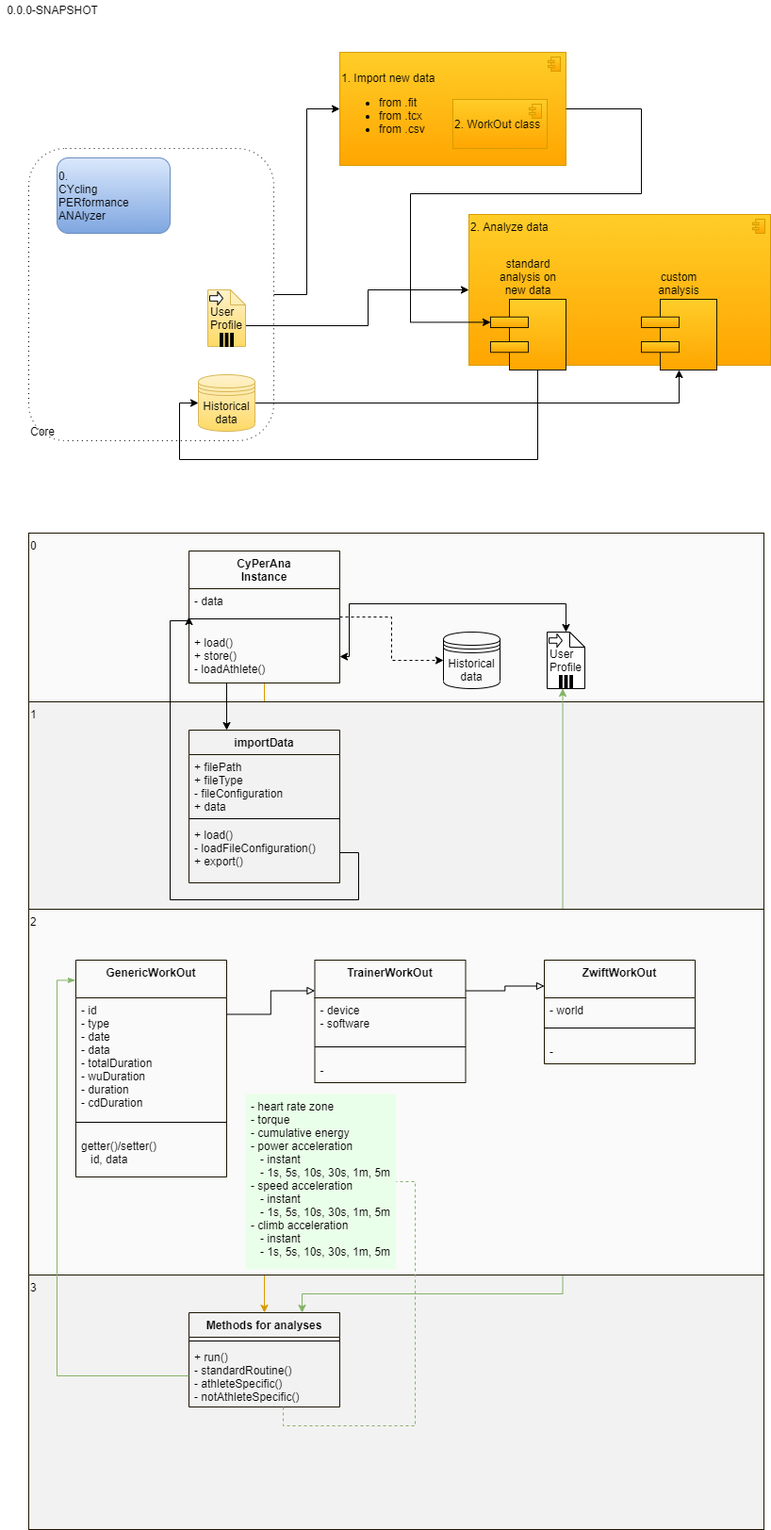
Before: architecture.png, a diagram exported from draw.io (stefano-v37/cyperana). Source tidied: cells renumbered, new cells last; positions are measured from the earlier drawing's top-left corner, leaving out a move shared by most shapes.
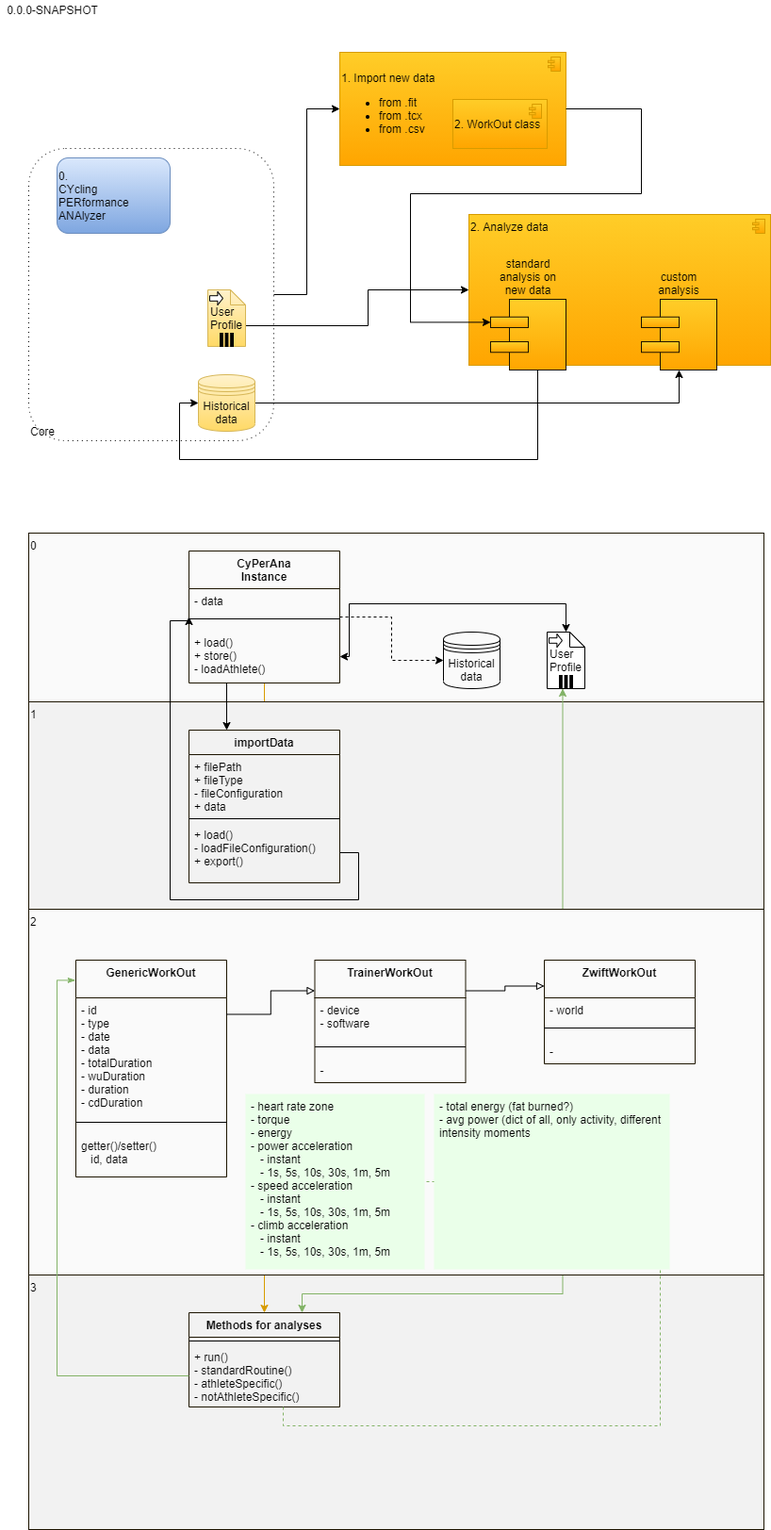
The same file after the commit.

Commit message:
added energy evaluation (and fat)

What changed in the source:
```diff
@@ -221,17 +221,20 @@
     <mxCell id="58" style="edgeStyle=orthogonalEdgeStyle;rounded=0;jettySize=auto;html=1;entryX=-0.002;entryY=0.093;entryDx=0;entryDy=0;entryPerimeter=0;startArrow=none;startFill=0;endArrow=classicThin;endFill=1;strokeColor=#82b366;fillColor=#d5e8d4;" parent="1" edge="1" source="21" target="44">
       <mxGeometry relative="1" as="geometry" />
     </mxCell>
-    <mxCell id="59" value="- heart rate zone&#10;- torque&#10;- cumulative energy&#10;- power acceleration&#10;   - instant&#10;   - 1s, 5s, 10s, 30s, 1m, 5m&#10;- speed acceleration&#10;   - instant&#10;   - 1s, 5s, 10s, 30s, 1m, 5m&#10;- climb acceleration&#10;   - instant&#10;   - 1s, 5s, 10s, 30s, 1m, 5m&#10;&#10;&#10;" style="text;align=left;verticalAlign=top;spacingLeft=4;spacingRight=4;overflow=hidden;points=[[0,0.5],[1,0.5]];portConstraint=eastwest;fillColor=#EAFFE9;" parent="1" vertex="1">
-      <mxGeometry x="260" y="1160" width="160" height="186" as="geometry" />
+    <mxCell id="59" value="- heart rate zone&#10;- torque&#10;- energy&#10;- power acceleration&#10;   - instant&#10;   - 1s, 5s, 10s, 30s, 1m, 5m&#10;- speed acceleration&#10;   - instant&#10;   - 1s, 5s, 10s, 30s, 1m, 5m&#10;- climb acceleration&#10;   - instant&#10;   - 1s, 5s, 10s, 30s, 1m, 5m&#10;&#10;&#10;" style="text;align=left;verticalAlign=top;spacingLeft=4;spacingRight=4;overflow=hidden;points=[[0,0.5],[1,0.5]];portConstraint=eastwest;fillColor=#EAFFE9;" parent="1" vertex="1">
+      <mxGeometry x="260" y="1160" width="190" height="186" as="geometry" />
     </mxCell>
-    <mxCell id="60" style="edgeStyle=orthogonalEdgeStyle;rounded=0;jettySize=auto;html=1;exitX=0.625;exitY=1;exitDx=0;exitDy=0;fillColor=#d5e8d4;strokeColor=#82b366;exitPerimeter=0;endArrow=none;endFill=0;dashed=1;" parent="1" edge="1" source="21" target="59">
+    <mxCell id="60" style="edgeStyle=orthogonalEdgeStyle;rounded=0;jettySize=auto;html=1;exitX=0.625;exitY=1;exitDx=0;exitDy=0;fillColor=#d5e8d4;strokeColor=#82b366;exitPerimeter=0;endArrow=none;endFill=0;dashed=1;entryX=1;entryY=0.5;entryDx=0;entryDy=0;" parent="1" edge="1" source="21" target="59">
       <mxGeometry relative="1" as="geometry">
         <Array as="points">
           <mxPoint x="300" y="1512" />
-          <mxPoint x="440" y="1512" />
-          <mxPoint x="440" y="1253" />
+          <mxPoint x="700" y="1512" />
+          <mxPoint x="700" y="1253" />
         </Array>
       </mxGeometry>
     </mxCell>
+    <mxCell id="61" value="- total energy (fat burned?)&#10;- avg power (dict of all, only activity, different intensity moments" style="text;align=left;verticalAlign=top;spacingLeft=4;spacingRight=4;overflow=hidden;fillColor=#EAFFE9;whiteSpace=wrap;" parent="1" vertex="1">
+      <mxGeometry x="460" y="1160" width="250" height="186" as="geometry" />
+    </mxCell>
   </root>
 </mxGraphModel>
```
